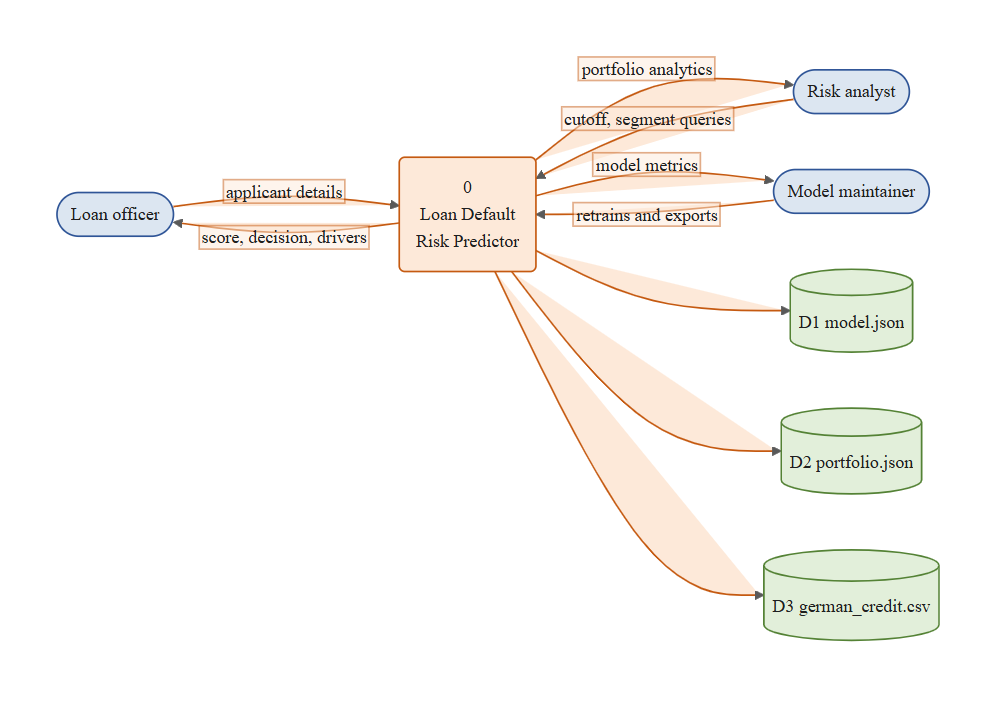
This is report/assets/figures/fig-3-4-dfd0.png from gursimrannkaurr/credoscore, a Mermaid export, as it was before one commit. Its source is kept beside it as report/diagrams/fig-3-4-dfd0.mmd.
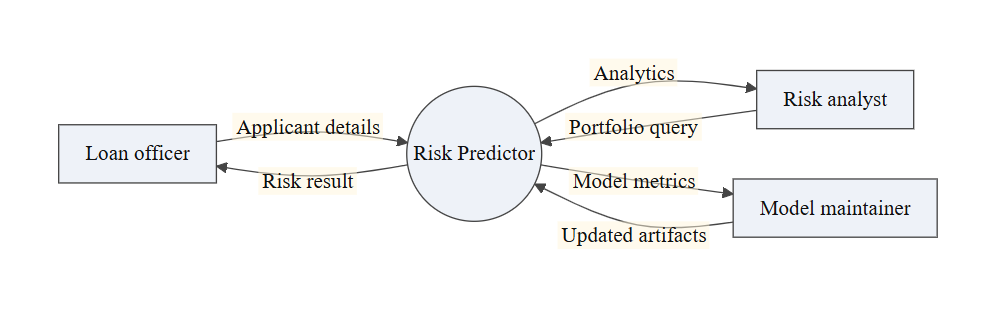
After the change.

The edit, as a diff of the source:
```diff
@@ -1,31 +1,7 @@
 flowchart LR
-    LO(["Loan officer"])
-    RA(["Risk analyst"])
-    MM(["Model maintainer"])
-
-    SYS("0<br/>Loan Default<br/>Risk Predictor")
-
-    D1[("D1 model.json")]
-    D2[("D2 portfolio.json")]
-    D3[("D3 german_credit.csv")]
-
-    LO -- "applicant details" --> SYS
-    SYS -- "score, decision, drivers" --> LO
-
-    RA -- "cutoff, segment queries" --> SYS
-    SYS -- "portfolio analytics" --> RA
-
-    MM -- "retrains and exports" --> SYS
-    SYS -- "model metrics" --> MM
-
-    SYS --- D1
-    SYS --- D2
-    SYS --- D3
-
-    classDef root fill:#FDE9D9,stroke:#C55A11,stroke-width:1.5px;
-    classDef mid fill:#DCE6F1,stroke:#2F5597,stroke-width:1.5px;
-    classDef leaf fill:#E2EFDA,stroke:#548235,stroke-width:1.5px;
-
-    class LO,RA,MM mid
-    class SYS root
-    class D1,D2,D3 leaf
+ L[Loan officer] -->|Applicant details| S(("Risk Predictor"))
+ S -->|Risk result| L
+ R[Risk analyst] -->|Portfolio query| S
+ S -->|Analytics| R
+ M[Model maintainer] -->|Updated artifacts| S
+ S -->|Model metrics| M
```
